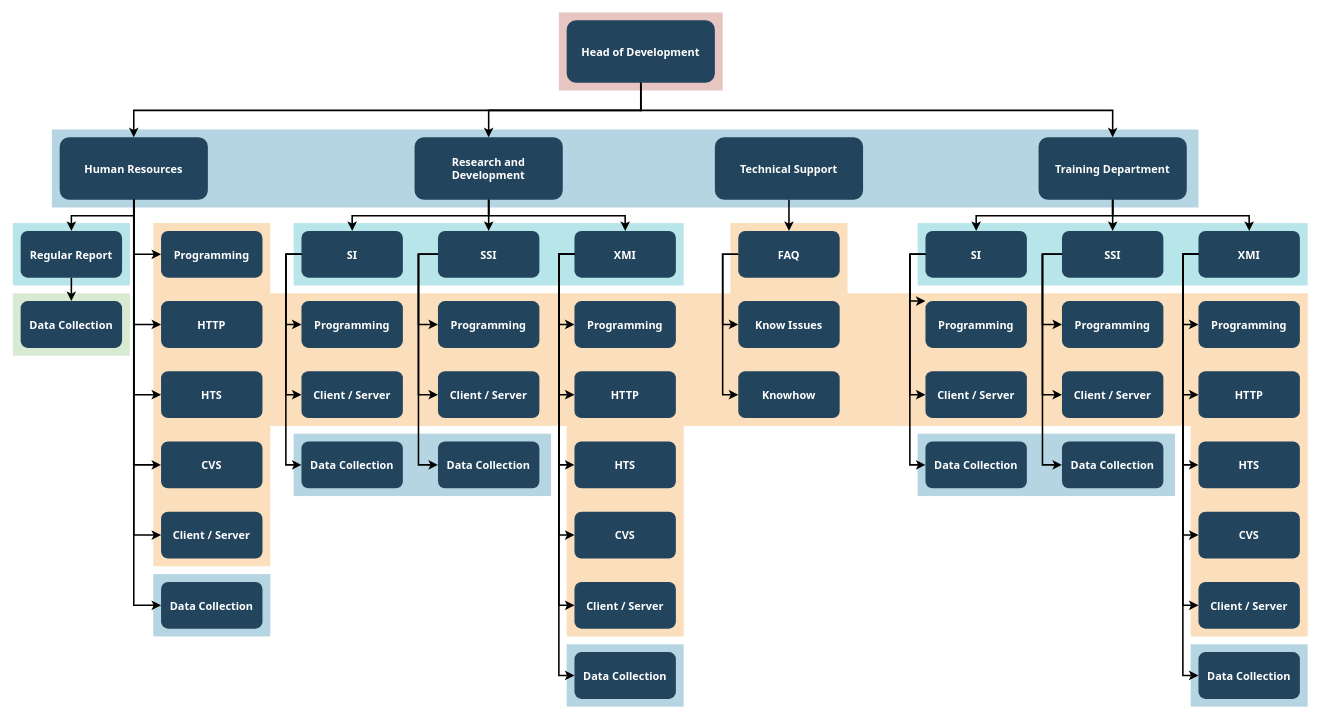
Earlier version of the draw.io diagram page "CRM业务结构图" (2 of 2) of 1.drawio (xuliping412/pkm). Source tidied: cells renumbered, new cells numbered last; positions are measured from the earlier drawing's top-left corner, leaving out a move shared by most shapes. Both pictures are drawn from the tidied source at 78%, with x=0, y=0 at pixel (12, 12).
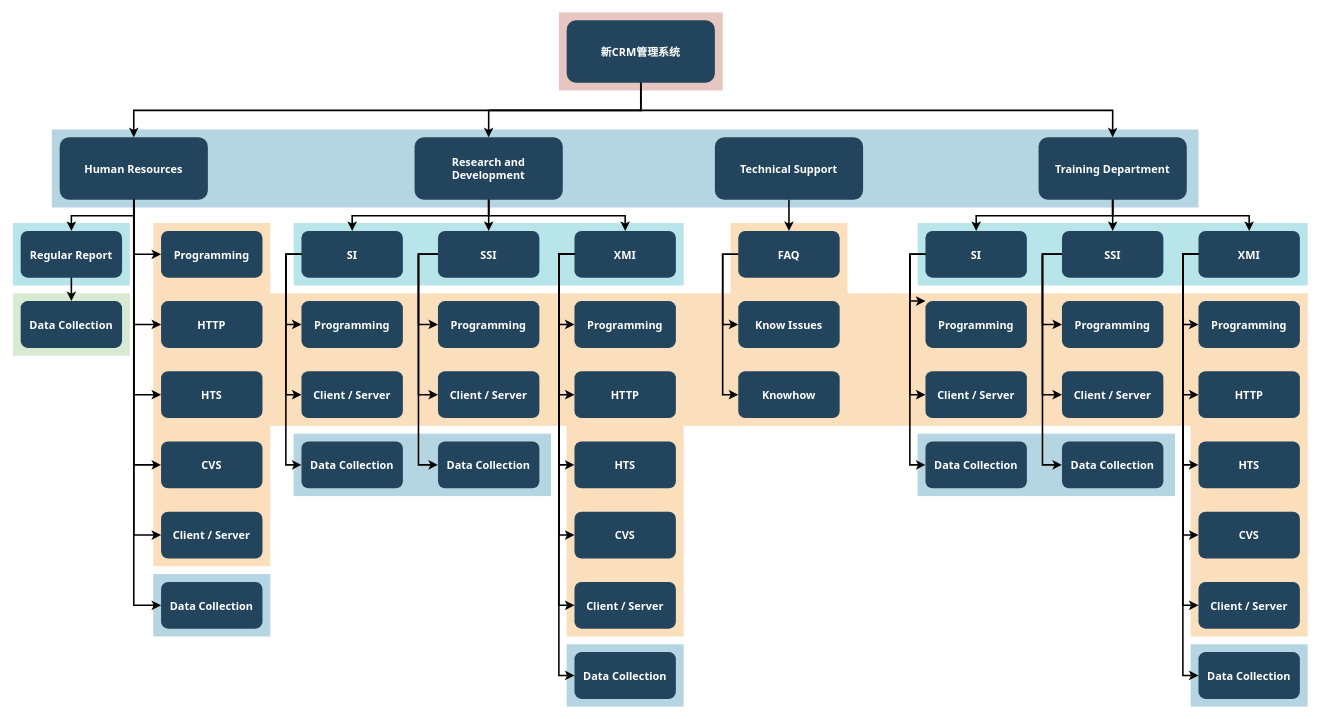
The same diagram, later.

The edit, as a diff of the source:
```diff
@@
-    <mxCell id="18" value="Head of Development" style="rounded=1;fillColor=#23445D;gradientColor=none;strokeColor=none;fontColor=#FFFFFF;fontStyle=1;fontFamily=Tahoma;fontSize=14;" parent="1" vertex="1">
+    <mxCell id="18" value="新CRM管理系统" style="rounded=1;fillColor=#23445D;gradientColor=none;strokeColor=none;fontColor=#FFFFFF;fontStyle=1;fontFamily=Tahoma;fontSize=14;" parent="1" vertex="1">
       <mxGeometry x="710" y="9.5" width="190" height="80" as="geometry" />
     </mxCell>
```
